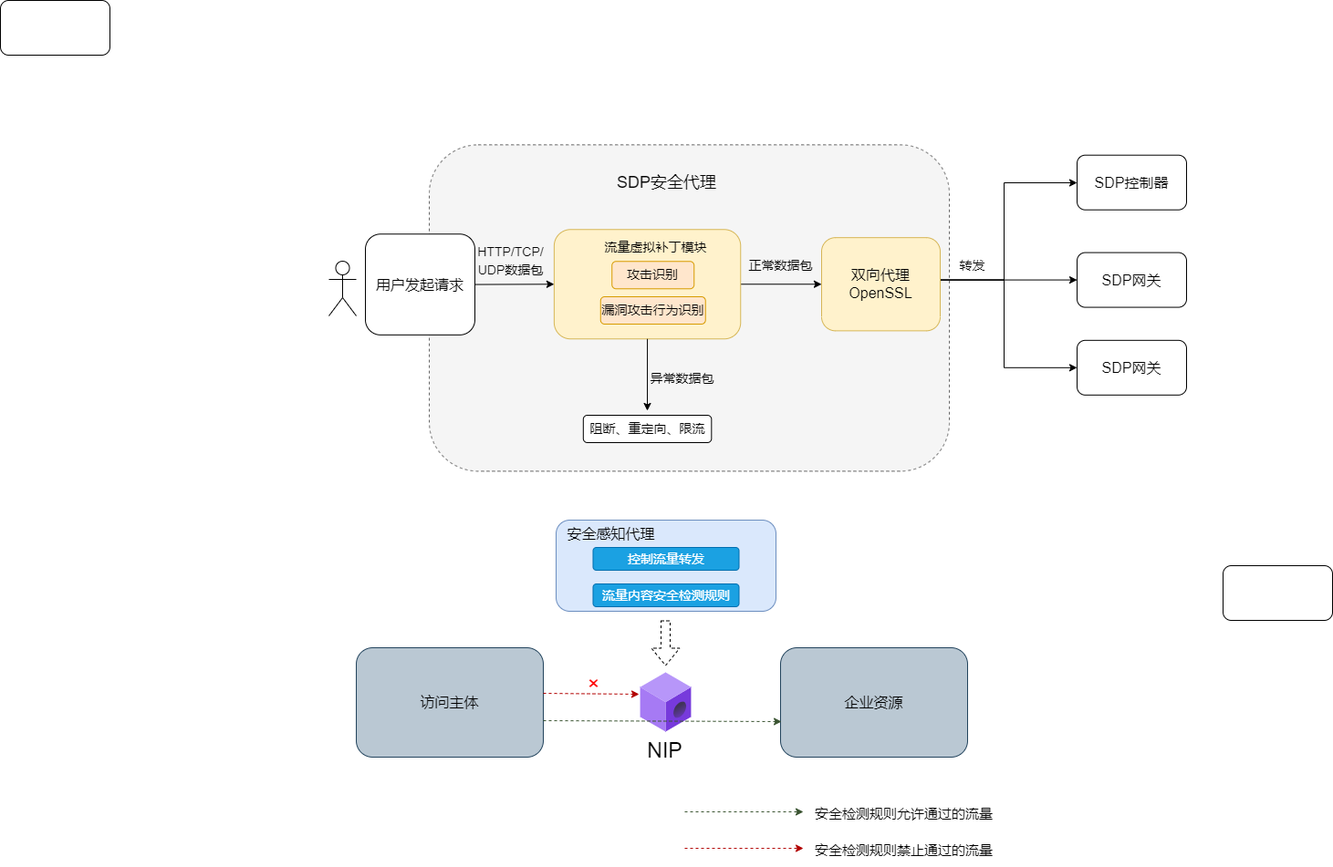
This is testDirectory/虚拟补丁.drawio.png from Moose1273/-, a draw.io export, as it was before one commit. Source tidied: cells renumbered, new cells last; positions are measured from the earlier drawing's top-left corner, leaving out a move shared by most shapes.
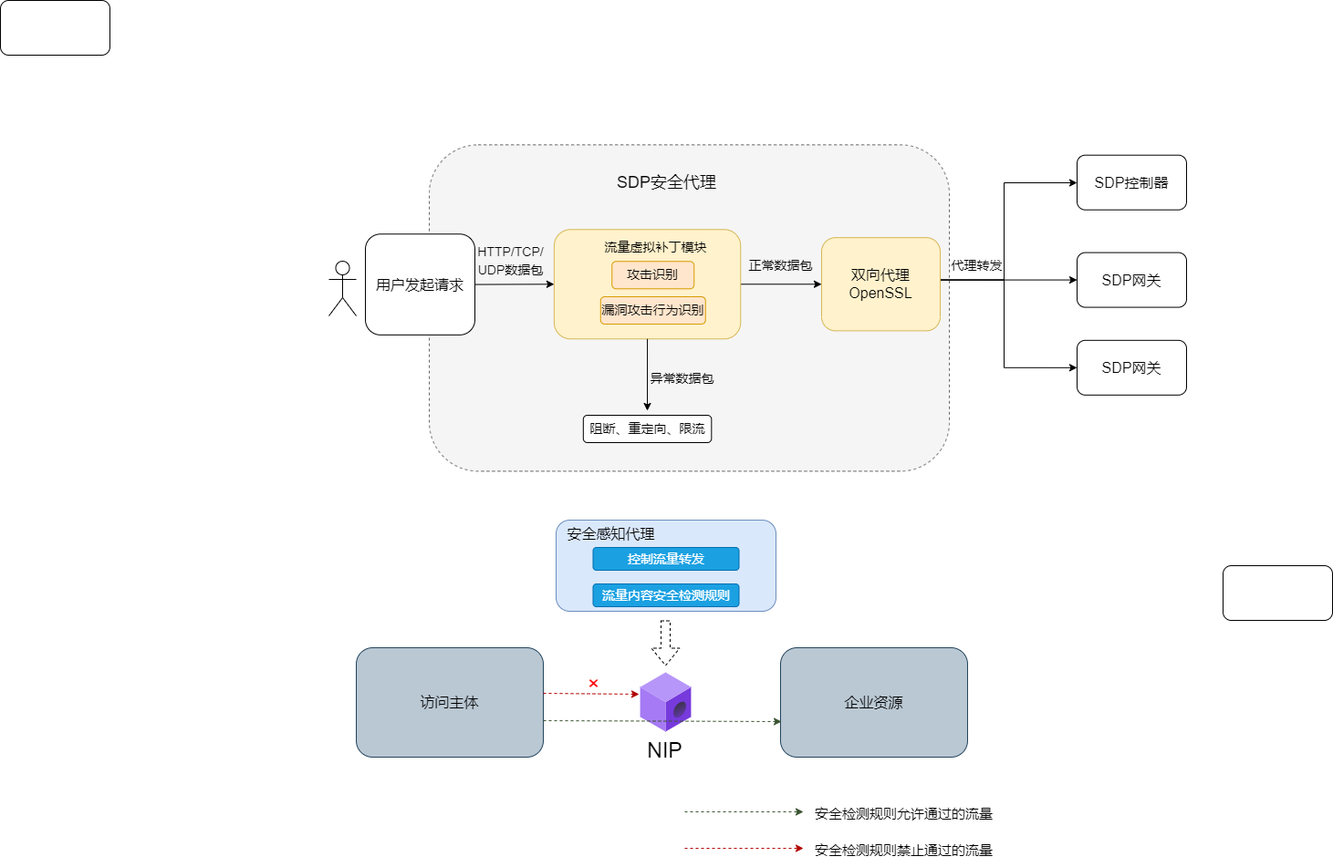
The same file after the commit.

Commit message:
更新虚拟补丁.drawio.png

Diff of the diagram source:
```diff
@@ -149,8 +149,8 @@
     <mxCell id="40" value="&lt;font style=&quot;font-size: 18px;&quot;&gt;SDP安全代理&lt;/font&gt;" style="text;html=1;align=center;verticalAlign=middle;strokeColor=none;fillColor=none;" parent="1" vertex="1">
       <mxGeometry x="664.5" y="180" width="130" height="40" as="geometry" />
     </mxCell>
-    <mxCell id="41" value="&lt;font style=&quot;font-size: 14px;&quot;&gt;转发&lt;/font&gt;" style="text;html=1;align=center;verticalAlign=middle;strokeColor=none;fillColor=none;" parent="1" vertex="1">
-      <mxGeometry x="1040" y="276.3" width="50" height="30" as="geometry" />
+    <mxCell id="41" value="&lt;font style=&quot;font-size: 14px;&quot;&gt;代理转发&lt;/font&gt;" style="text;html=1;align=center;verticalAlign=middle;strokeColor=none;fillColor=none;" parent="1" vertex="1">
+      <mxGeometry x="1030" y="276.3" width="80" height="30" as="geometry" />
     </mxCell>
     <mxCell id="42" style="shape=umlActor;verticalLabelPosition=bottom;verticalAlign=top;html=1;" parent="1" vertex="1">
       <mxGeometry x="360" y="286" width="30" height="60" as="geometry" />
```
